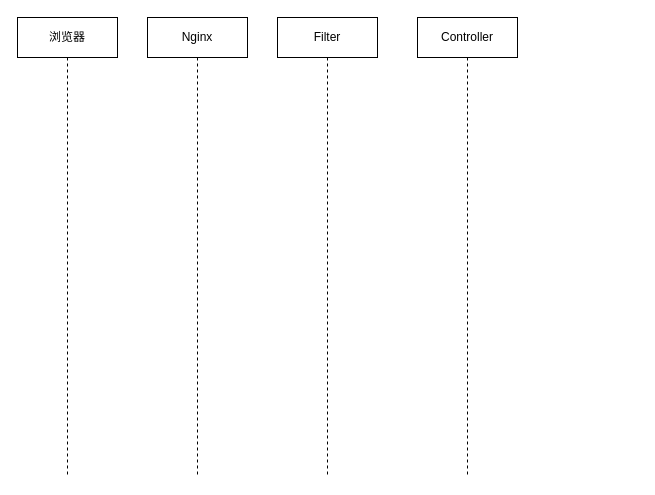
Above: test.drawio in cainiao0131/diagram (draw.io), before the change. Source tidied: cells renumbered, new cells numbered last; positions are measured from the earlier drawing's top-left corner, leaving out a move shared by most shapes. Both pictures are drawn from the tidied source at 100%, with x=0, y=0 at pixel (17, 17).
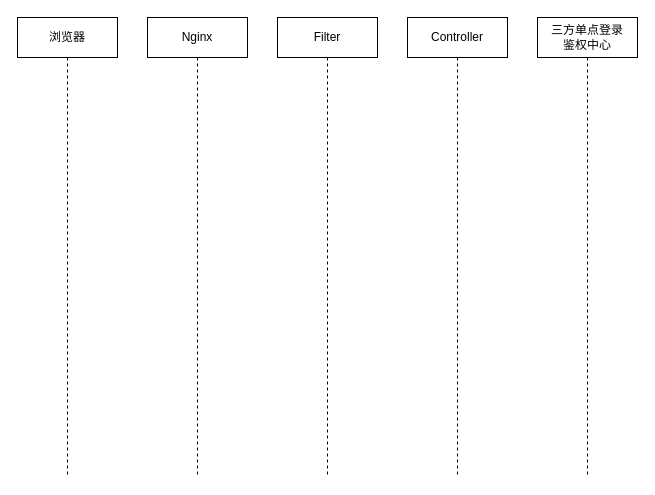
The same page after the edit.

Change to the diagram source:
```diff
@@
 <mxGraphModel>
   <root>
     <mxCell id="0" />
     <mxCell id="1" parent="0" />
     <mxCell id="2" value="浏览器" style="shape=umlLifeline;perimeter=lifelinePerimeter;whiteSpace=wrap;html=1;" parent="1" vertex="1">
       <mxGeometry width="100" height="460" as="geometry" />
     </mxCell>
     <mxCell id="3" value="Nginx" style="shape=umlLifeline;perimeter=lifelinePerimeter;whiteSpace=wrap;html=1;" parent="1" vertex="1">
       <mxGeometry x="130" width="100" height="460" as="geometry" />
     </mxCell>
     <mxCell id="4" value="Filter" style="shape=umlLifeline;perimeter=lifelinePerimeter;whiteSpace=wrap;html=1;" parent="1" vertex="1">
       <mxGeometry x="260" width="100" height="460" as="geometry" />
     </mxCell>
     <mxCell id="5" value="Controller" style="shape=umlLifeline;perimeter=lifelinePerimeter;whiteSpace=wrap;html=1;" parent="1" vertex="1">
-      <mxGeometry x="400" width="100" height="460" as="geometry" />
+      <mxGeometry x="390" width="100" height="460" as="geometry" />
     </mxCell>
+    <mxCell id="6" value="三方单点登录&lt;br&gt;鉴权中心" style="shape=umlLifeline;perimeter=lifelinePerimeter;whiteSpace=wrap;html=1;" parent="1" vertex="1">
+      <mxGeometry x="520" width="100" height="460" as="geometry" />
+    </mxCell>
   </root>
 </mxGraphModel>
```
